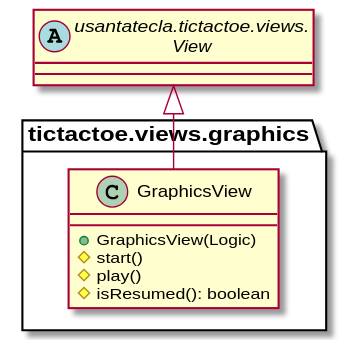
The PlantUML diagram modelViewPresenter/presentationModel/withFacade/docs/diagrams/out/paquetes/paqueteTicTactoeViewsGraphics.svg in Jolucaa/USantaTecla-project-ticTacToe, before a commit.
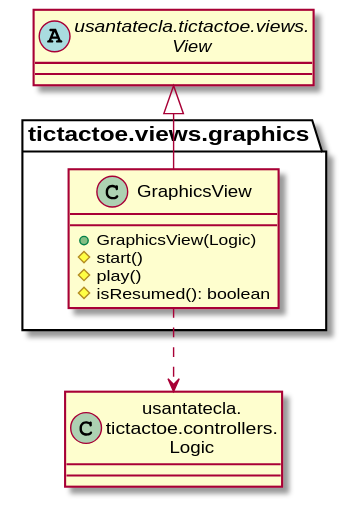
The same file after the commit.

The edit, as a diff of the source:
```diff
@@ -1,5 +1,6 @@
 @startuml
 abstract class View as "usantatecla.tictactoe.views.\nView"
+class Logic as "usantatecla.\ntictactoe.controllers.\nLogic"
 
 class tictactoe.views.graphics.GraphicsView {
   + GraphicsView(Logic)
@@ -8,4 +9,5 @@
   # isResumed(): boolean
 }
 tictactoe.views.graphics.GraphicsView -up-|> View
+tictactoe.views.graphics.GraphicsView .down.> Logic
 @enduml
```
